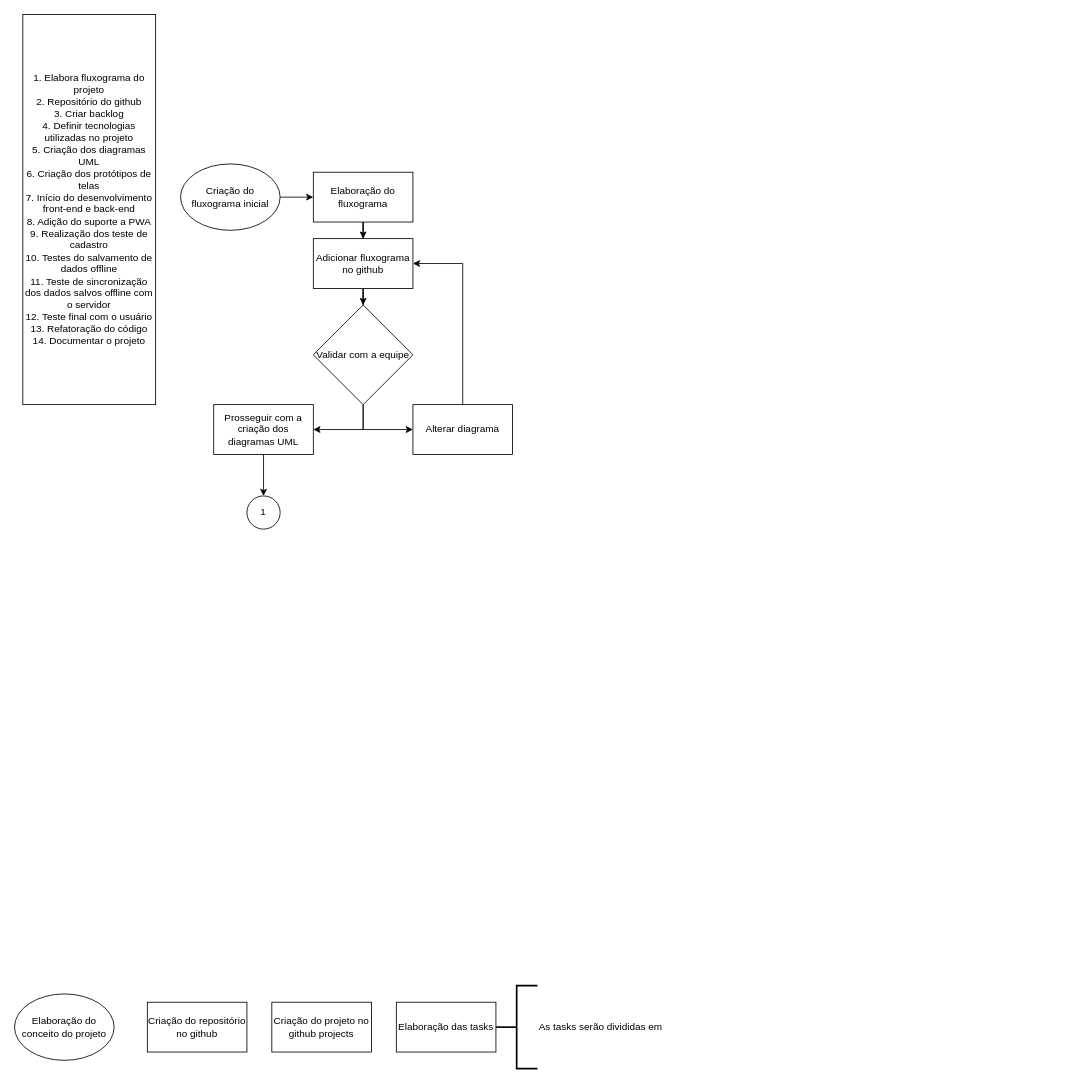
Above: Fluxo do projeto.drawio in Fconeto/P.I-3 (draw.io), before the change. Source tidied: cells renumbered, new cells numbered last; positions are measured from the earlier drawing's top-left corner, leaving out a move shared by most shapes. Both pictures are drawn from the tidied source at 83%, with x=0, y=0 at pixel (14, 14).
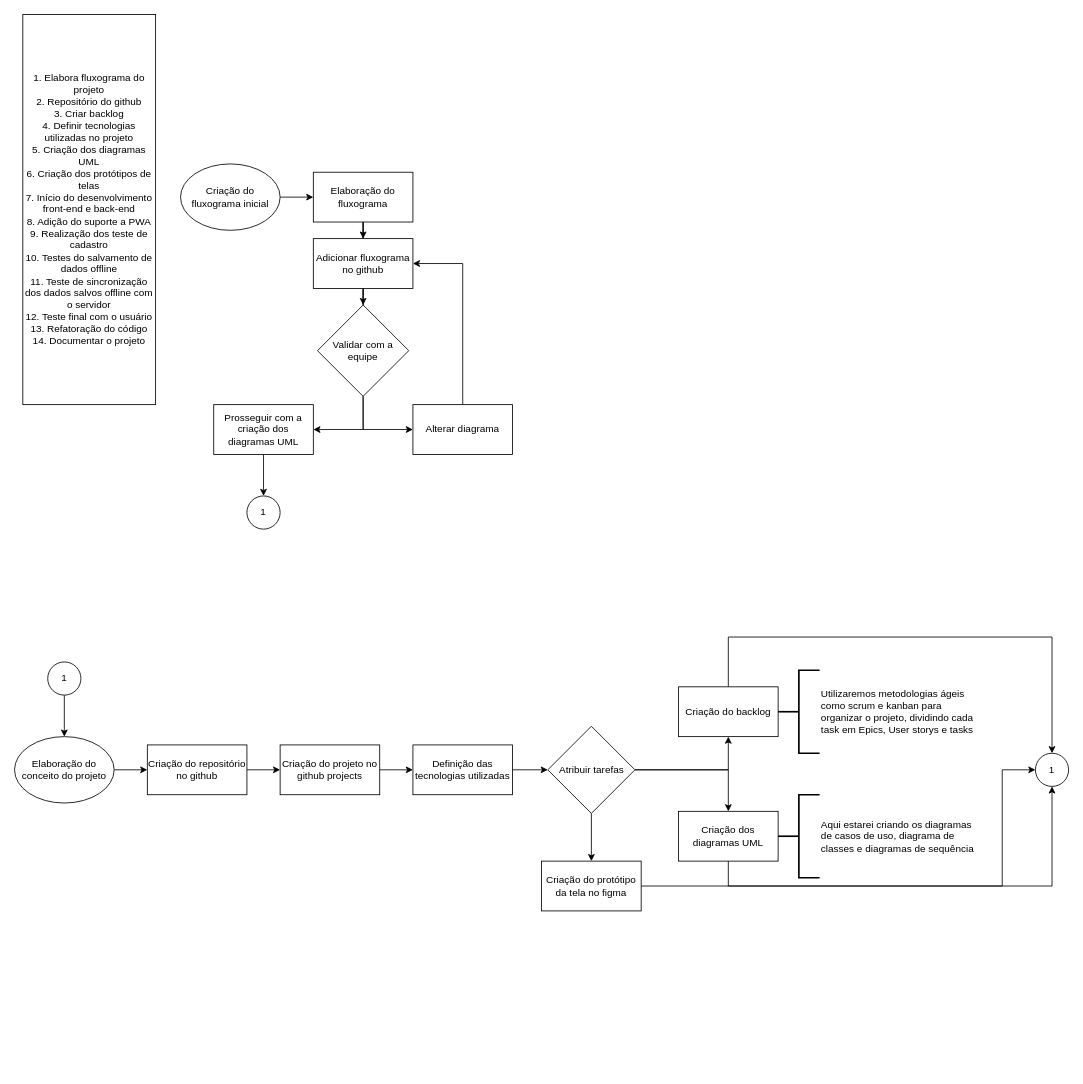
After the change.

Commit message:
Adição do fluxo de elaboração

Unchanged cells that the change refers to:
```xml
<mxCell id="10" value="Prosseguir com a criação dos diagramas UML" style="rounded=0;whiteSpace=wrap;html=1;" parent="1" vertex="1">
  <mxGeometry x="240" y="470" width="120" height="60" as="geometry" />
</mxCell>
<mxCell id="16" value="Alterar diagrama" style="rounded=0;whiteSpace=wrap;html=1;" parent="1" vertex="1">
  <mxGeometry x="480" y="470" width="120" height="60" as="geometry" />
</mxCell>
```

The edit, as a diff of the source:
```diff
@@
+    <mxCell id="13" style="edgeStyle=orthogonalEdgeStyle;rounded=0;jettySize=auto;html=1;entryX=0;entryY=0.5;entryDx=0;entryDy=0;" parent="1" edge="1" source="14" target="16">
+      <mxGeometry relative="1" as="geometry">
+        <Array as="points">
+          <mxPoint x="420" y="500" />
+        </Array>
+      </mxGeometry>
+    </mxCell>
     <mxCell id="12" style="edgeStyle=orthogonalEdgeStyle;rounded=0;jettySize=auto;html=1;entryX=1;entryY=0.5;entryDx=0;entryDy=0;" parent="1" edge="1" source="14" target="10">
-      <mxGeometry relative="1" as="geometry" />
+      <mxGeometry relative="1" as="geometry">
+        <Array as="points">
+          <mxPoint x="420" y="500" />
+        </Array>
+      </mxGeometry>
     </mxCell>
-    <mxCell id="13" style="edgeStyle=orthogonalEdgeStyle;rounded=0;jettySize=auto;html=1;entryX=0;entryY=0.5;entryDx=0;entryDy=0;" parent="1" edge="1" source="14" target="16">
-      <mxGeometry relative="1" as="geometry" />
-    </mxCell>
     <mxCell id="14" value="Validar com a equipe" style="rhombus;whiteSpace=wrap;html=1;" parent="1" vertex="1">
-      <mxGeometry x="360" y="350" width="120" height="120" as="geometry" />
+      <mxGeometry x="365" y="350" width="110" height="110" as="geometry" />
     </mxCell>
@@
+    <mxCell id="23" style="edgeStyle=orthogonalEdgeStyle;rounded=0;jettySize=auto;html=1;" parent="1" edge="1" source="18" target="19">
+      <mxGeometry relative="1" as="geometry" />
+    </mxCell>
     <mxCell id="18" value="Elaboração do conceito do projeto" style="ellipse;whiteSpace=wrap;html=1;" parent="1" vertex="1">
-      <mxGeometry y="1180" width="120" height="80" as="geometry" />
+      <mxGeometry y="870" width="120" height="80" as="geometry" />
     </mxCell>
+    <mxCell id="24" style="edgeStyle=orthogonalEdgeStyle;rounded=0;jettySize=auto;html=1;" parent="1" edge="1" source="19" target="20">
+      <mxGeometry relative="1" as="geometry" />
+    </mxCell>
     <mxCell id="19" value="Criação do repositório no github" style="rounded=0;whiteSpace=wrap;html=1;" parent="1" vertex="1">
-      <mxGeometry x="160" y="1190" width="120" height="60" as="geometry" />
+      <mxGeometry x="160" y="880" width="120" height="60" as="geometry" />
     </mxCell>
+    <mxCell id="25" style="edgeStyle=orthogonalEdgeStyle;rounded=0;jettySize=auto;html=1;" parent="1" edge="1" source="20" target="28">
+      <mxGeometry relative="1" as="geometry" />
+    </mxCell>
     <mxCell id="20" value="Criação do projeto no github projects" style="rounded=0;whiteSpace=wrap;html=1;" parent="1" vertex="1">
-      <mxGeometry x="310" y="1190" width="120" height="60" as="geometry" />
+      <mxGeometry x="320" y="880" width="120" height="60" as="geometry" />
     </mxCell>
+    <mxCell id="26" style="edgeStyle=orthogonalEdgeStyle;rounded=0;jettySize=auto;html=1;" parent="1" edge="1" source="21" target="40">
+      <mxGeometry relative="1" as="geometry">
+        <Array as="points">
+          <mxPoint x="860" y="750" />
+          <mxPoint x="1250" y="750" />
+        </Array>
+      </mxGeometry>
+    </mxCell>
-    <mxCell id="21" value="Elaboração das tasks" style="rounded=0;whiteSpace=wrap;html=1;" parent="1" vertex="1">
-      <mxGeometry x="460" y="1190" width="120" height="60" as="geometry" />
+    <mxCell id="21" value="Criação do backlog" style="rounded=0;whiteSpace=wrap;html=1;" parent="1" vertex="1">
+      <mxGeometry x="800" y="810" width="120" height="60" as="geometry" />
     </mxCell>
-    <mxCell id="22" value="As tasks serão divididas em&amp;nbsp;" style="strokeWidth=2;html=1;shape=mxgraph.flowchart.annotation_2;align=left;labelPosition=right;" parent="1" vertex="1">
-      <mxGeometry x="580" y="1170" width="50" height="100" as="geometry" />
+    <mxCell id="22" value="Utilizaremos metodologias ágeis&lt;div&gt;como scrum e kanban para&amp;nbsp;&lt;/div&gt;&lt;div&gt;organizar o projeto, dividindo cada&lt;/div&gt;&lt;div&gt;task em Epics, User storys e tasks&amp;nbsp;&lt;/div&gt;" style="strokeWidth=2;html=1;shape=mxgraph.flowchart.annotation_2;align=left;labelPosition=right;" parent="1" vertex="1">
+      <mxGeometry x="920" y="790" width="50" height="100" as="geometry" />
     </mxCell>
+    <mxCell id="27" style="edgeStyle=orthogonalEdgeStyle;rounded=0;jettySize=auto;html=1;" parent="1" edge="1" source="28" target="39">
+      <mxGeometry relative="1" as="geometry" />
+    </mxCell>
+    <mxCell id="28" value="Definição das tecnologias utilizadas" style="rounded=0;whiteSpace=wrap;html=1;" parent="1" vertex="1">
+      <mxGeometry x="480" y="880" width="120" height="60" as="geometry" />
+    </mxCell>
+    <mxCell id="29" style="edgeStyle=orthogonalEdgeStyle;rounded=0;jettySize=auto;html=1;entryX=0;entryY=0.5;entryDx=0;entryDy=0;" parent="1" edge="1" source="30" target="40">
+      <mxGeometry relative="1" as="geometry">
+        <Array as="points">
+          <mxPoint x="860" y="1050" />
+          <mxPoint x="1190" y="1050" />
+          <mxPoint x="1190" y="910" />
+        </Array>
+      </mxGeometry>
+    </mxCell>
+    <mxCell id="30" value="Criação dos diagramas UML" style="rounded=0;whiteSpace=wrap;html=1;" parent="1" vertex="1">
+      <mxGeometry x="800" y="960" width="120" height="60" as="geometry" />
+    </mxCell>
+    <mxCell id="31" style="edgeStyle=orthogonalEdgeStyle;rounded=0;jettySize=auto;html=1;" parent="1" edge="1" source="32" target="18">
+      <mxGeometry relative="1" as="geometry" />
+    </mxCell>
+    <mxCell id="32" value="1" style="ellipse;whiteSpace=wrap;html=1;" parent="1" vertex="1">
+      <mxGeometry x="40" y="780" width="40" height="40" as="geometry" />
+    </mxCell>
+    <mxCell id="33" value="Aqui estarei criando os diagramas&lt;div&gt;de casos de uso, diagrama de&lt;/div&gt;&lt;div&gt;classes e diagramas de sequência&lt;/div&gt;" style="strokeWidth=2;html=1;shape=mxgraph.flowchart.annotation_2;align=left;labelPosition=right;" parent="1" vertex="1">
+      <mxGeometry x="920" y="940" width="50" height="100" as="geometry" />
+    </mxCell>
+    <mxCell id="34" style="edgeStyle=orthogonalEdgeStyle;rounded=0;jettySize=auto;html=1;" parent="1" edge="1" source="35" target="40">
+      <mxGeometry relative="1" as="geometry" />
+    </mxCell>
+    <mxCell id="35" value="Criação do protótipo da tela no figma" style="rounded=0;whiteSpace=wrap;html=1;" parent="1" vertex="1">
+      <mxGeometry x="635" y="1020" width="120" height="60" as="geometry" />
+    </mxCell>
+    <mxCell id="36" style="edgeStyle=orthogonalEdgeStyle;rounded=0;jettySize=auto;html=1;" parent="1" edge="1" source="39" target="35">
+      <mxGeometry relative="1" as="geometry" />
+    </mxCell>
+    <mxCell id="37" style="edgeStyle=orthogonalEdgeStyle;rounded=0;jettySize=auto;html=1;entryX=0.5;entryY=0;entryDx=0;entryDy=0;" parent="1" edge="1" source="39" target="30">
+      <mxGeometry relative="1" as="geometry" />
+    </mxCell>
+    <mxCell id="38" style="edgeStyle=orthogonalEdgeStyle;rounded=0;jettySize=auto;html=1;entryX=0.5;entryY=1;entryDx=0;entryDy=0;" parent="1" edge="1" source="39" target="21">
+      <mxGeometry relative="1" as="geometry" />
+    </mxCell>
+    <mxCell id="39" value="Atribuir tarefas" style="rhombus;whiteSpace=wrap;html=1;" parent="1" vertex="1">
+      <mxGeometry x="642.5" y="857.5" width="105" height="105" as="geometry" />
+    </mxCell>
+    <mxCell id="40" value="1" style="ellipse;whiteSpace=wrap;html=1;" parent="1" vertex="1">
+      <mxGeometry x="1230" y="890" width="40" height="40" as="geometry" />
+    </mxCell>
```
